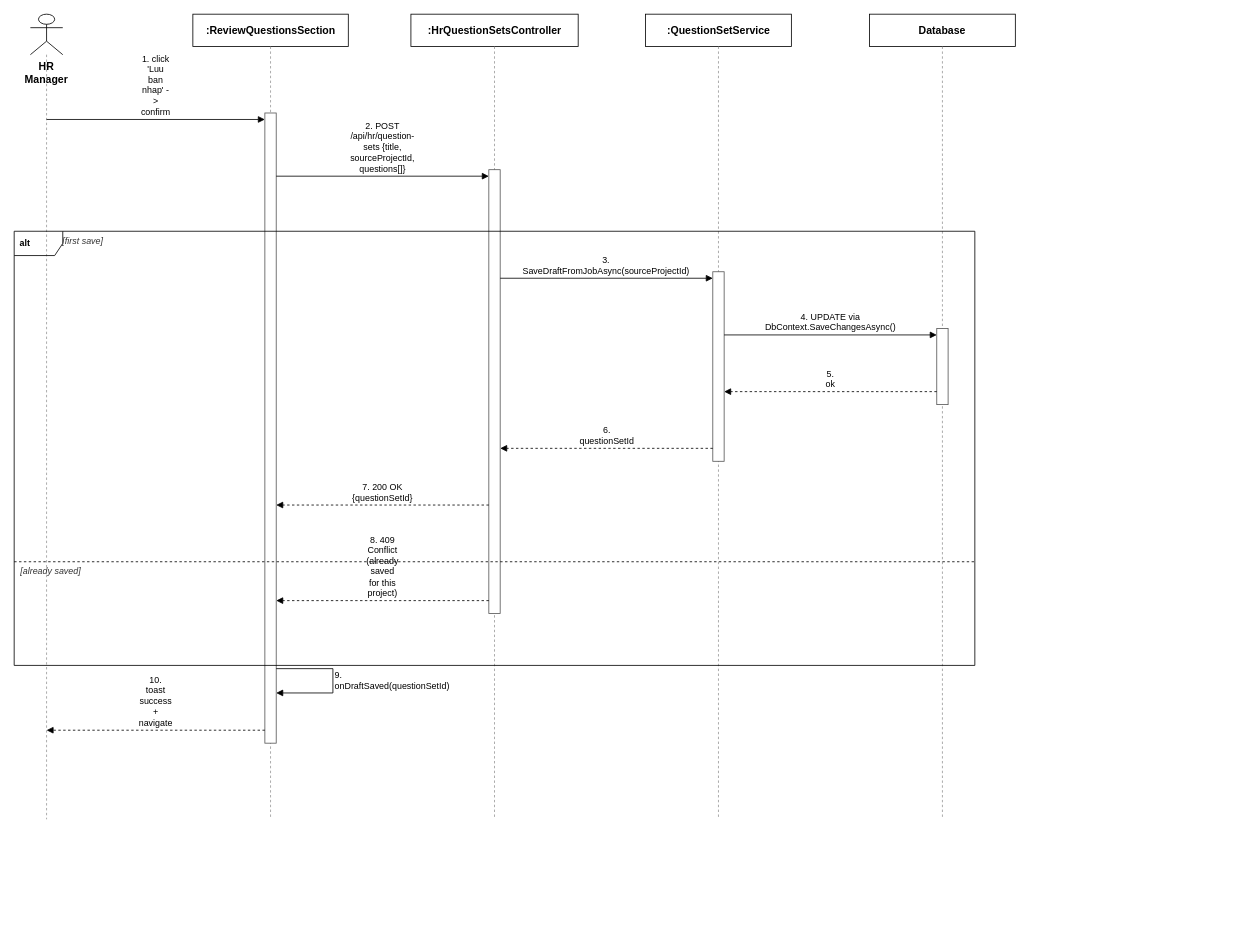
tulklk/AI_Interview_Question_Generation_RAG_LLM_FE keeps this draw.io diagram as docs/qa/Nam_SequenceDiagram/Report4_SequenceDiagram_QuestionSetManagement_SaveDraft.drawio. Above is the earlier version. Source tidied: cells renumbered, new cells numbered last; positions are measured from the earlier drawing's top-left corner, leaving out a move shared by most shapes. Both pictures are drawn from the tidied source at 81%, with x=0, y=0 at pixel (14, 14).
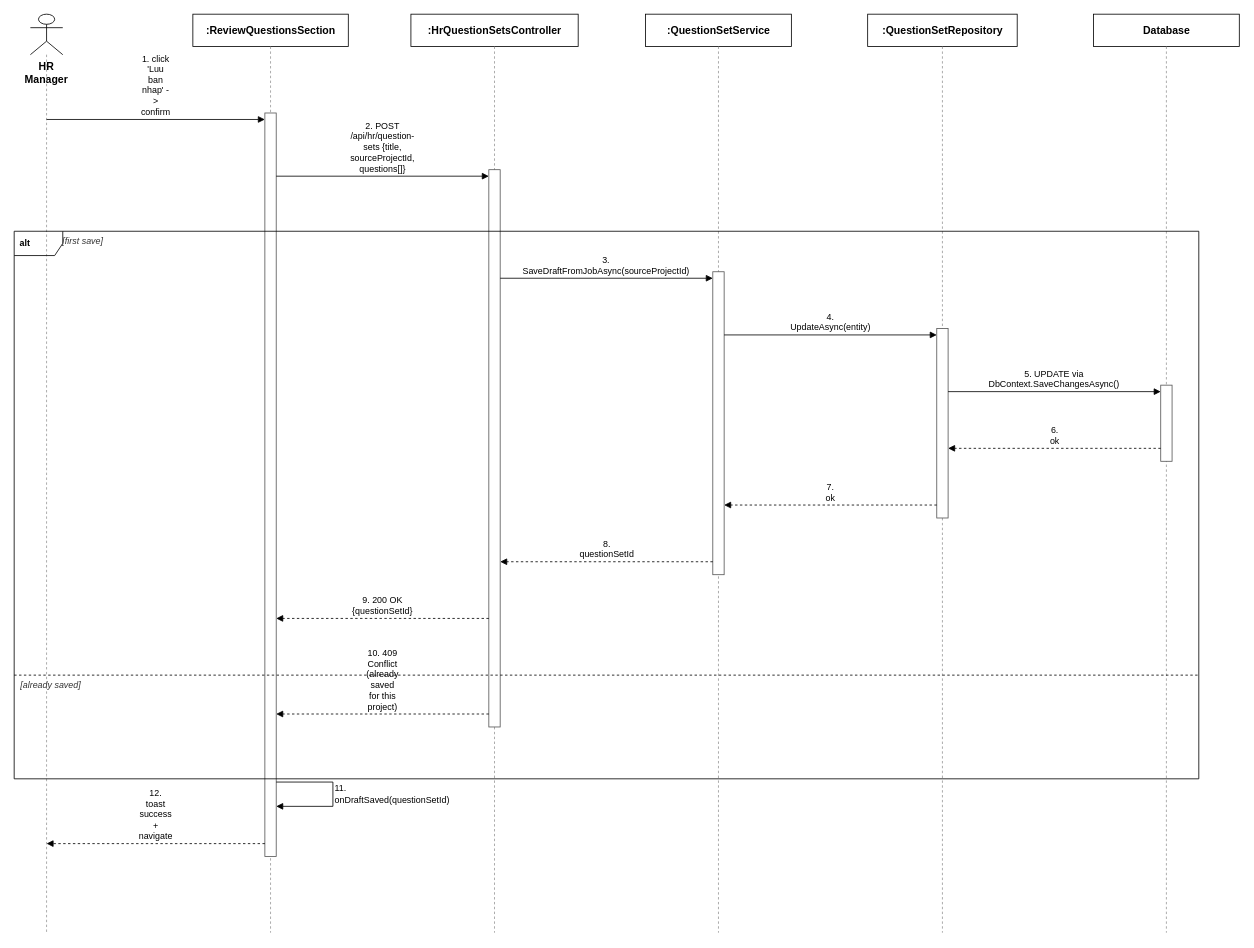
The same page after the edit.

Diff of the diagram source:
```diff
@@
     <mxCell id="3" style="endArrow=none;dashed=1;html=1;strokeColor=#999999;" parent="1" edge="1">
       <mxGeometry relative="1" as="geometry">
         <mxPoint x="40" y="50" as="sourcePoint" />
-        <mxPoint x="40" y="994" as="targetPoint" />
+        <mxPoint x="40" y="1134" as="targetPoint" />
       </mxGeometry>
     </mxCell>
@@
     <mxCell id="5" style="endArrow=none;dashed=1;html=1;strokeColor=#999999;" parent="1" edge="1">
       <mxGeometry relative="1" as="geometry">
         <mxPoint x="316.5" y="40" as="sourcePoint" />
-        <mxPoint x="316.5" y="994" as="targetPoint" />
+        <mxPoint x="316.5" y="1134" as="targetPoint" />
       </mxGeometry>
     </mxCell>
@@
     <mxCell id="7" style="endArrow=none;dashed=1;html=1;strokeColor=#999999;" parent="1" edge="1">
       <mxGeometry relative="1" as="geometry">
         <mxPoint x="593" y="40" as="sourcePoint" />
-        <mxPoint x="593" y="994" as="targetPoint" />
+        <mxPoint x="593" y="1134" as="targetPoint" />
       </mxGeometry>
     </mxCell>
@@
     <mxCell id="9" style="endArrow=none;dashed=1;html=1;strokeColor=#999999;" parent="1" edge="1">
       <mxGeometry relative="1" as="geometry">
         <mxPoint x="869.5" y="40" as="sourcePoint" />
-        <mxPoint x="869.5" y="994" as="targetPoint" />
+        <mxPoint x="869.5" y="1134" as="targetPoint" />
       </mxGeometry>
     </mxCell>
-    <mxCell id="10" value="Database" style="rounded=0;whiteSpace=wrap;html=1;fontSize=13;fillColor=#ffffff;strokeColor=#000000;fontStyle=1;" parent="1" vertex="1">
-      <mxGeometry x="1056" width="180" height="40" as="geometry" />
+    <mxCell id="10" value=":QuestionSetRepository" style="rounded=0;whiteSpace=wrap;html=1;fontSize=13;fillColor=#ffffff;strokeColor=#000000;fontStyle=1;" parent="1" vertex="1">
+      <mxGeometry x="1053.7" width="184.6" height="40" as="geometry" />
     </mxCell>
     <mxCell id="11" style="endArrow=none;dashed=1;html=1;strokeColor=#999999;" parent="1" edge="1">
       <mxGeometry relative="1" as="geometry">
         <mxPoint x="1146" y="40" as="sourcePoint" />
-        <mxPoint x="1146" y="994" as="targetPoint" />
+        <mxPoint x="1146" y="1134" as="targetPoint" />
       </mxGeometry>
     </mxCell>
-    <mxCell id="12" style="rounded=0;whiteSpace=wrap;html=1;fillColor=#ffffff;strokeColor=#555555;" parent="1" vertex="1">
-      <mxGeometry x="309.5" y="122" width="14" height="778" as="geometry" />
+    <mxCell id="12" value="Database" style="rounded=0;whiteSpace=wrap;html=1;fontSize=13;fillColor=#ffffff;strokeColor=#000000;fontStyle=1;" parent="1" vertex="1">
+      <mxGeometry x="1332.5" width="180" height="40" as="geometry" />
     </mxCell>
-    <mxCell id="13" style="rounded=0;whiteSpace=wrap;html=1;fillColor=#ffffff;strokeColor=#555555;" parent="1" vertex="1">
-      <mxGeometry x="586" y="192" width="14" height="548" as="geometry" />
+    <mxCell id="13" style="endArrow=none;dashed=1;html=1;strokeColor=#999999;" parent="1" edge="1">
+      <mxGeometry relative="1" as="geometry">
+        <mxPoint x="1422.5" y="40" as="sourcePoint" />
+        <mxPoint x="1422.5" y="1134" as="targetPoint" />
+      </mxGeometry>
     </mxCell>
     <mxCell id="14" style="rounded=0;whiteSpace=wrap;html=1;fillColor=#ffffff;strokeColor=#555555;" parent="1" vertex="1">
-      <mxGeometry x="862.5" y="318" width="14" height="234" as="geometry" />
+      <mxGeometry x="309.5" y="122" width="14" height="918" as="geometry" />
     </mxCell>
     <mxCell id="15" style="rounded=0;whiteSpace=wrap;html=1;fillColor=#ffffff;strokeColor=#555555;" parent="1" vertex="1">
-      <mxGeometry x="1139" y="388" width="14" height="94" as="geometry" />
+      <mxGeometry x="586" y="192" width="14" height="688" as="geometry" />
     </mxCell>
-    <mxCell id="16" value="1. click 'Luu ban nhap' -&gt; confirm" style="endArrow=block;endFill=1;html=1;whiteSpace=wrap;fontSize=11;align=center;verticalAlign=bottom;labelBackgroundColor=#ffffff;strokeColor=#000000;" parent="1" edge="1">
-      <mxGeometry relative="1" as="geometry">
-        <mxPoint x="40" y="130" as="sourcePoint" />
-        <mxPoint x="309.5" y="130" as="targetPoint" />
-      </mxGeometry>
+    <mxCell id="16" style="rounded=0;whiteSpace=wrap;html=1;fillColor=#ffffff;strokeColor=#555555;" parent="1" vertex="1">
+      <mxGeometry x="862.5" y="318" width="14" height="374" as="geometry" />
     </mxCell>
-    <mxCell id="17" value="2. POST /api/hr/question-sets  {title,&lt;br&gt;sourceProjectId, questions[]}" style="endArrow=block;endFill=1;html=1;whiteSpace=wrap;fontSize=11;align=center;verticalAlign=bottom;labelBackgroundColor=#ffffff;strokeColor=#000000;" parent="1" edge="1">
-      <mxGeometry relative="1" as="geometry">
-        <mxPoint x="323.5" y="200" as="sourcePoint" />
-        <mxPoint x="586" y="200" as="targetPoint" />
-      </mxGeometry>
+    <mxCell id="17" style="rounded=0;whiteSpace=wrap;html=1;fillColor=#ffffff;strokeColor=#555555;" parent="1" vertex="1">
+      <mxGeometry x="1139" y="388" width="14" height="234" as="geometry" />
     </mxCell>
-    <mxCell id="18" value="3. SaveDraftFromJobAsync(sourceProjectId)" style="endArrow=block;endFill=1;html=1;whiteSpace=wrap;fontSize=11;align=center;verticalAlign=bottom;labelBackgroundColor=#ffffff;strokeColor=#000000;" parent="1" edge="1">
-      <mxGeometry relative="1" as="geometry">
-        <mxPoint x="600" y="326" as="sourcePoint" />
-        <mxPoint x="862.5" y="326" as="targetPoint" />
-      </mxGeometry>
+    <mxCell id="18" style="rounded=0;whiteSpace=wrap;html=1;fillColor=#ffffff;strokeColor=#555555;" parent="1" vertex="1">
+      <mxGeometry x="1415.5" y="458" width="14" height="94" as="geometry" />
     </mxCell>
-    <mxCell id="19" value="4. UPDATE via DbContext.SaveChangesAsync()" style="endArrow=block;endFill=1;html=1;whiteSpace=wrap;fontSize=11;align=center;verticalAlign=bottom;labelBackgroundColor=#ffffff;strokeColor=#000000;" parent="1" edge="1">
+    <mxCell id="19" value="1. click 'Luu ban nhap' -&gt; confirm" style="endArrow=block;endFill=1;html=1;whiteSpace=wrap;fontSize=11;align=center;verticalAlign=bottom;labelBackgroundColor=#ffffff;strokeColor=#000000;" parent="1" edge="1">
       <mxGeometry relative="1" as="geometry">
-        <mxPoint x="876.5" y="396" as="sourcePoint" />
-        <mxPoint x="1139" y="396" as="targetPoint" />
+        <mxPoint x="40" y="130" as="sourcePoint" />
+        <mxPoint x="309.5" y="130" as="targetPoint" />
       </mxGeometry>
     </mxCell>
-    <mxCell id="20" value="5. ok" style="endArrow=block;endFill=1;html=1;whiteSpace=wrap;dashed=1;fontSize=11;align=center;verticalAlign=bottom;labelBackgroundColor=#ffffff;strokeColor=#000000;" parent="1" edge="1">
+    <mxCell id="20" value="2. POST /api/hr/question-sets  {title,&lt;br&gt;sourceProjectId, questions[]}" style="endArrow=block;endFill=1;html=1;whiteSpace=wrap;fontSize=11;align=center;verticalAlign=bottom;labelBackgroundColor=#ffffff;strokeColor=#000000;" parent="1" edge="1">
       <mxGeometry relative="1" as="geometry">
-        <mxPoint x="1139" y="466" as="sourcePoint" />
-        <mxPoint x="876.5" y="466" as="targetPoint" />
+        <mxPoint x="323.5" y="200" as="sourcePoint" />
+        <mxPoint x="586" y="200" as="targetPoint" />
       </mxGeometry>
     </mxCell>
-    <mxCell id="21" value="6. questionSetId" style="endArrow=block;endFill=1;html=1;whiteSpace=wrap;dashed=1;fontSize=11;align=center;verticalAlign=bottom;labelBackgroundColor=#ffffff;strokeColor=#000000;" parent="1" edge="1">
+    <mxCell id="21" value="3. SaveDraftFromJobAsync(sourceProjectId)" style="endArrow=block;endFill=1;html=1;whiteSpace=wrap;fontSize=11;align=center;verticalAlign=bottom;labelBackgroundColor=#ffffff;strokeColor=#000000;" parent="1" edge="1">
       <mxGeometry relative="1" as="geometry">
-        <mxPoint x="862.5" y="536" as="sourcePoint" />
-        <mxPoint x="600" y="536" as="targetPoint" />
+        <mxPoint x="600" y="326" as="sourcePoint" />
+        <mxPoint x="862.5" y="326" as="targetPoint" />
       </mxGeometry>
     </mxCell>
-    <mxCell id="22" value="7. 200 OK {questionSetId}" style="endArrow=block;endFill=1;html=1;whiteSpace=wrap;dashed=1;fontSize=11;align=center;verticalAlign=bottom;labelBackgroundColor=#ffffff;strokeColor=#000000;" parent="1" edge="1">
+    <mxCell id="22" value="4. UpdateAsync(entity)" style="endArrow=block;endFill=1;html=1;whiteSpace=wrap;fontSize=11;align=center;verticalAlign=bottom;labelBackgroundColor=#ffffff;strokeColor=#000000;" parent="1" edge="1">
       <mxGeometry relative="1" as="geometry">
-        <mxPoint x="586" y="606" as="sourcePoint" />
-        <mxPoint x="323.5" y="606" as="targetPoint" />
+        <mxPoint x="876.5" y="396" as="sourcePoint" />
+        <mxPoint x="1139" y="396" as="targetPoint" />
       </mxGeometry>
     </mxCell>
-    <mxCell id="23" value="8. 409 Conflict (already saved for this project)" style="endArrow=block;endFill=1;html=1;whiteSpace=wrap;dashed=1;fontSize=11;align=center;verticalAlign=bottom;labelBackgroundColor=#ffffff;strokeColor=#000000;" parent="1" edge="1">
+    <mxCell id="23" value="5. UPDATE via DbContext.SaveChangesAsync()" style="endArrow=block;endFill=1;html=1;whiteSpace=wrap;fontSize=11;align=center;verticalAlign=bottom;labelBackgroundColor=#ffffff;strokeColor=#000000;" parent="1" edge="1">
       <mxGeometry relative="1" as="geometry">
-        <mxPoint x="586" y="724" as="sourcePoint" />
-        <mxPoint x="323.5" y="724" as="targetPoint" />
+        <mxPoint x="1153" y="466" as="sourcePoint" />
+        <mxPoint x="1415.5" y="466" as="targetPoint" />
       </mxGeometry>
     </mxCell>
-    <mxCell id="24" value="&lt;b&gt;&amp;nbsp;alt&amp;nbsp;&lt;/b&gt;" style="shape=umlFrame;whiteSpace=wrap;html=1;align=left;verticalAlign=top;fontSize=11;spacingLeft=2;spacingTop=2;strokeColor=#000000;fillColor=none;" parent="1" vertex="1">
-      <mxGeometry y="268" width="1186" height="536" as="geometry" />
+    <mxCell id="24" value="6. ok" style="endArrow=block;endFill=1;html=1;whiteSpace=wrap;dashed=1;fontSize=11;align=center;verticalAlign=bottom;labelBackgroundColor=#ffffff;strokeColor=#000000;" parent="1" edge="1">
+      <mxGeometry relative="1" as="geometry">
+        <mxPoint x="1415.5" y="536" as="sourcePoint" />
+        <mxPoint x="1153" y="536" as="targetPoint" />
+      </mxGeometry>
     </mxCell>
-    <mxCell id="25" value="[first save]" style="text;html=1;align=left;verticalAlign=middle;fontSize=11;fontColor=#333333;fontStyle=2;" parent="1" vertex="1">
-      <mxGeometry x="58" y="270" width="1122" height="20" as="geometry" />
+    <mxCell id="25" value="7. ok" style="endArrow=block;endFill=1;html=1;whiteSpace=wrap;dashed=1;fontSize=11;align=center;verticalAlign=bottom;labelBackgroundColor=#ffffff;strokeColor=#000000;" parent="1" edge="1">
+      <mxGeometry relative="1" as="geometry">
+        <mxPoint x="1139" y="606" as="sourcePoint" />
+        <mxPoint x="876.5" y="606" as="targetPoint" />
+      </mxGeometry>
     </mxCell>
-    <mxCell id="26" style="endArrow=none;dashed=1;html=1;strokeColor=#000000;" parent="1" edge="1">
+    <mxCell id="26" value="8. questionSetId" style="endArrow=block;endFill=1;html=1;whiteSpace=wrap;dashed=1;fontSize=11;align=center;verticalAlign=bottom;labelBackgroundColor=#ffffff;strokeColor=#000000;" parent="1" edge="1">
       <mxGeometry relative="1" as="geometry">
-        <mxPoint y="676" as="sourcePoint" />
-        <mxPoint x="1186" y="676" as="targetPoint" />
+        <mxPoint x="862.5" y="676" as="sourcePoint" />
+        <mxPoint x="600" y="676" as="targetPoint" />
       </mxGeometry>
     </mxCell>
-    <mxCell id="27" value="[already saved]" style="text;html=1;align=left;verticalAlign=middle;fontSize=11;fontColor=#333333;fontStyle=2;" parent="1" vertex="1">
-      <mxGeometry x="6" y="678" width="1174" height="20" as="geometry" />
+    <mxCell id="27" value="9. 200 OK {questionSetId}" style="endArrow=block;endFill=1;html=1;whiteSpace=wrap;dashed=1;fontSize=11;align=center;verticalAlign=bottom;labelBackgroundColor=#ffffff;strokeColor=#000000;" parent="1" edge="1">
+      <mxGeometry relative="1" as="geometry">
+        <mxPoint x="586" y="746" as="sourcePoint" />
+        <mxPoint x="323.5" y="746" as="targetPoint" />
+      </mxGeometry>
     </mxCell>
-    <mxCell id="28" value="9. onDraftSaved(questionSetId)" style="endArrow=block;endFill=1;html=1;whiteSpace=wrap;fontSize=11;align=left;verticalAlign=middle;labelBackgroundColor=#ffffff;rounded=0;strokeColor=#000000;" parent="1" edge="1">
+    <mxCell id="28" value="10. 409 Conflict (already saved for this project)" style="endArrow=block;endFill=1;html=1;whiteSpace=wrap;dashed=1;fontSize=11;align=center;verticalAlign=bottom;labelBackgroundColor=#ffffff;strokeColor=#000000;" parent="1" edge="1">
       <mxGeometry relative="1" as="geometry">
-        <mxPoint x="323.5" y="808" as="sourcePoint" />
-        <mxPoint x="323.5" y="838" as="targetPoint" />
-        <Array as="points">
-          <mxPoint x="393.5" y="808" />
-          <mxPoint x="393.5" y="838" />
-        </Array>
+        <mxPoint x="586" y="864" as="sourcePoint" />
+        <mxPoint x="323.5" y="864" as="targetPoint" />
       </mxGeometry>
     </mxCell>
-    <mxCell id="29" value="10. toast success + navigate" style="endArrow=block;endFill=1;html=1;whiteSpace=wrap;dashed=1;fontSize=11;align=center;verticalAlign=bottom;labelBackgroundColor=#ffffff;strokeColor=#000000;" parent="1" edge="1">
-      <mxGeometry relative="1" as="geometry">
-        <mxPoint x="309.5" y="884" as="sourcePoint" />
-        <mxPoint x="40" y="884" as="targetPoint" />
-      </mxGeometry>
+    <mxCell id="29" value="&lt;b&gt;&amp;nbsp;alt&amp;nbsp;&lt;/b&gt;" style="shape=umlFrame;whiteSpace=wrap;html=1;align=left;verticalAlign=top;fontSize=11;spacingLeft=2;spacingTop=2;strokeColor=#000000;fillColor=none;" parent="1" vertex="1">
+      <mxGeometry y="268" width="1462.5" height="676" as="geometry" />
     </mxCell>
+    <mxCell id="30" value="[first save]" style="text;html=1;align=left;verticalAlign=middle;fontSize=11;fontColor=#333333;fontStyle=2;" parent="1" vertex="1">
+      <mxGeometry x="58" y="270" width="1398.5" height="20" as="geometry" />
+    </mxCell>
+    <mxCell id="31" style="endArrow=none;dashed=1;html=1;strokeColor=#000000;" parent="1" edge="1">
+      <mxGeometry relative="1" as="geometry">
+        <mxPoint y="816" as="sourcePoint" />
+        <mxPoint x="1462.5" y="816" as="targetPoint" />
+      </mxGeometry>
+    </mxCell>
+    <mxCell id="32" value="[already saved]" style="text;html=1;align=left;verticalAlign=middle;fontSize=11;fontColor=#333333;fontStyle=2;" parent="1" vertex="1">
+      <mxGeometry x="6" y="818" width="1450.5" height="20" as="geometry" />
+    </mxCell>
+    <mxCell id="33" value="11. onDraftSaved(questionSetId)" style="endArrow=block;endFill=1;html=1;whiteSpace=wrap;fontSize=11;align=left;verticalAlign=middle;labelBackgroundColor=#ffffff;rounded=0;strokeColor=#000000;" parent="1" edge="1">
+      <mxGeometry relative="1" as="geometry">
+        <mxPoint x="323.5" y="948" as="sourcePoint" />
+        <mxPoint x="323.5" y="978" as="targetPoint" />
+        <Array as="points">
+          <mxPoint x="393.5" y="948" />
+          <mxPoint x="393.5" y="978" />
+        </Array>
+      </mxGeometry>
+    </mxCell>
+    <mxCell id="34" value="12. toast success + navigate" style="endArrow=block;endFill=1;html=1;whiteSpace=wrap;dashed=1;fontSize=11;align=center;verticalAlign=bottom;labelBackgroundColor=#ffffff;strokeColor=#000000;" parent="1" edge="1">
+      <mxGeometry relative="1" as="geometry">
+        <mxPoint x="309.5" y="1024" as="sourcePoint" />
+        <mxPoint x="40" y="1024" as="targetPoint" />
+      </mxGeometry>
+    </mxCell>
```
